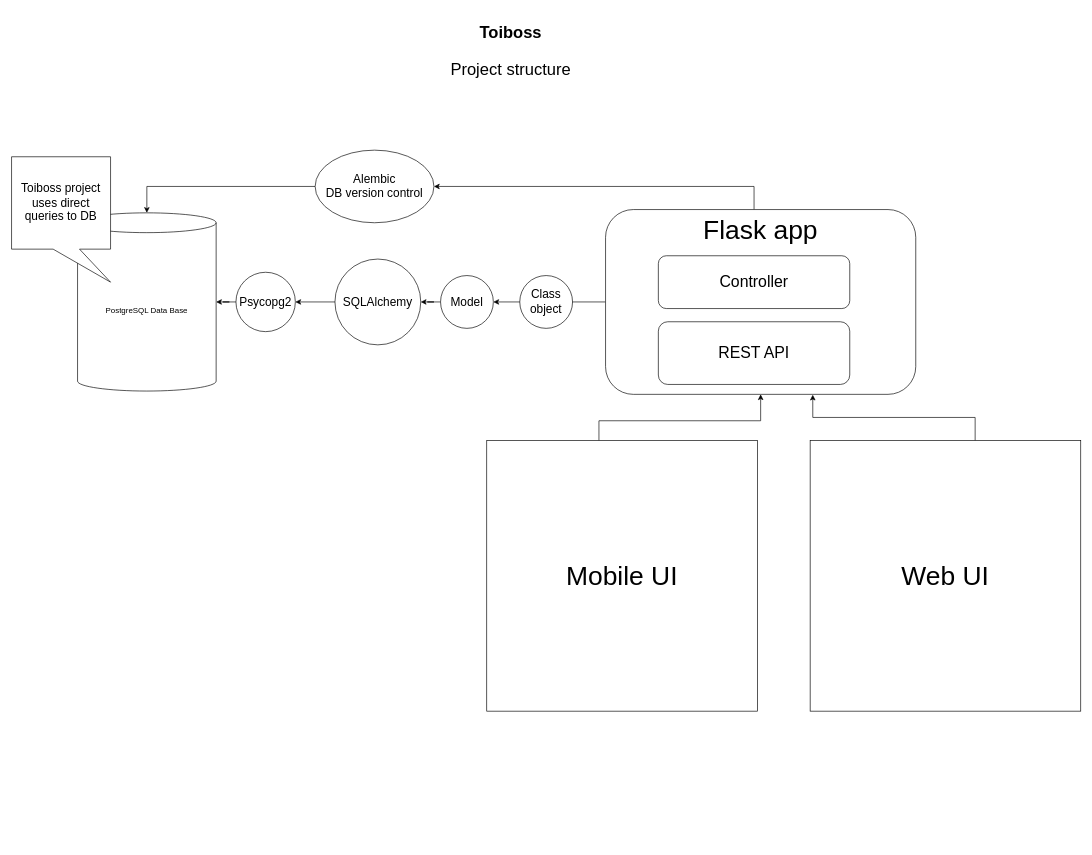
The draw.io diagram public/toiboss.drawio in elvn5/fullstackApp, before the edit. Source tidied: cells renumbered, new cells numbered last; positions are measured from the earlier drawing's top-left corner, leaving out a move shared by most shapes. Both pictures are drawn from the tidied source at 66%, with x=0, y=0 at pixel (11, 18).
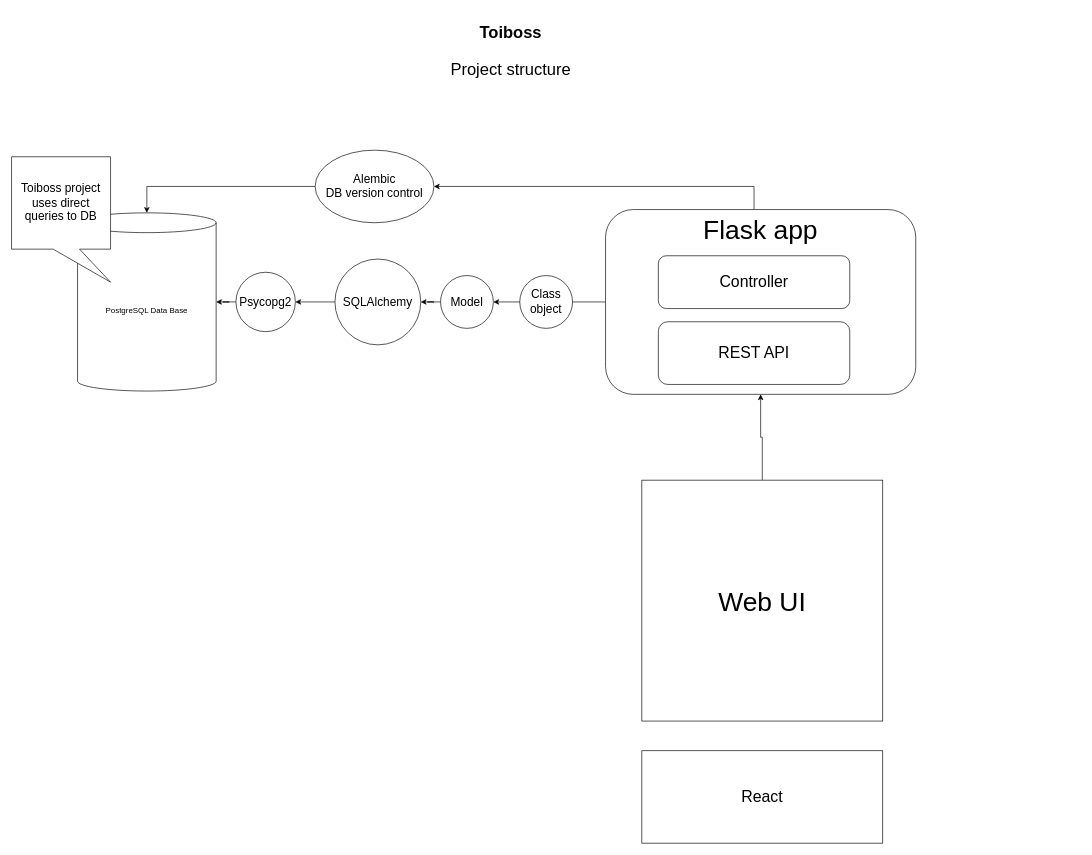
Above is the later version.

The change refers to these unchanged cells:
```xml
<mxCell id="10" value="&lt;font style=&quot;font-size: 40px&quot;&gt;Flask app&lt;/font&gt;" style="rounded=1;whiteSpace=wrap;html=1;verticalAlign=top;" parent="1" vertex="1">
  <mxGeometry x="900" y="290" width="470" height="280" as="geometry" />
</mxCell>
```

Diff of the diagram source:
```diff
@@
-    <mxCell id="12" style="edgeStyle=orthogonalEdgeStyle;rounded=0;jettySize=auto;html=1;entryX=0.668;entryY=1.002;entryDx=0;entryDy=0;entryPerimeter=0;fontSize=18;" parent="1" edge="1" source="13" target="10">
-      <mxGeometry relative="1" as="geometry">
-        <Array as="points">
-          <mxPoint x="1460" y="605" />
-          <mxPoint x="1214" y="605" />
-        </Array>
-      </mxGeometry>
+    <mxCell id="12" style="edgeStyle=orthogonalEdgeStyle;rounded=0;jettySize=auto;html=1;entryX=0.5;entryY=1;entryDx=0;entryDy=0;" parent="1" edge="1" source="13" target="10">
+      <mxGeometry relative="1" as="geometry" />
     </mxCell>
     <mxCell id="13" value="&lt;font style=&quot;font-size: 40px&quot;&gt;Web UI&lt;/font&gt;" style="whiteSpace=wrap;html=1;" parent="1" vertex="1">
-      <mxGeometry x="1210" y="640" width="410" height="410" as="geometry" />
+      <mxGeometry x="955" y="700" width="365" height="365" as="geometry" />
     </mxCell>
@@
-    <mxCell id="21" style="edgeStyle=orthogonalEdgeStyle;rounded=0;jettySize=auto;html=1;fontSize=18;" parent="1" edge="1" source="22" target="10">
-      <mxGeometry relative="1" as="geometry">
-        <Array as="points">
-          <mxPoint x="890" y="610" />
-          <mxPoint x="1135" y="610" />
-        </Array>
-      </mxGeometry>
-    </mxCell>
-    <mxCell id="22" value="&lt;font style=&quot;font-size: 40px&quot;&gt;Mobile UI&lt;/font&gt;" style="whiteSpace=wrap;html=1;" parent="1" vertex="1">
-      <mxGeometry x="720" y="640" width="410" height="410" as="geometry" />
-    </mxCell>
+    <mxCell id="23" value="&lt;font style=&quot;font-size: 24px&quot;&gt;React&lt;/font&gt;" style="rounded=0;whiteSpace=wrap;html=1;strokeWidth=1;" parent="1" vertex="1">
+      <mxGeometry x="955" y="1110" width="365" height="140" as="geometry" />
+    </mxCell>
```
